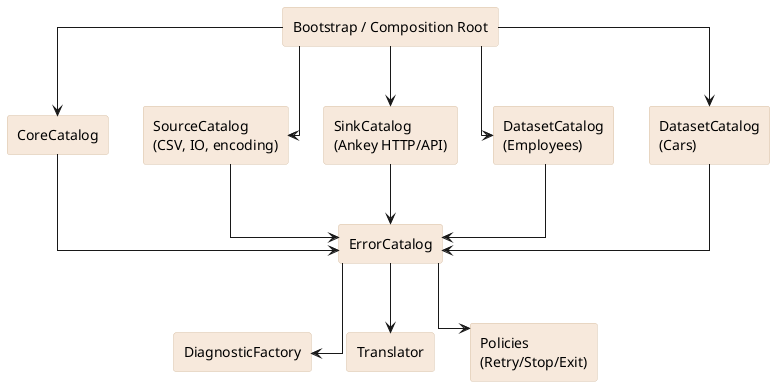
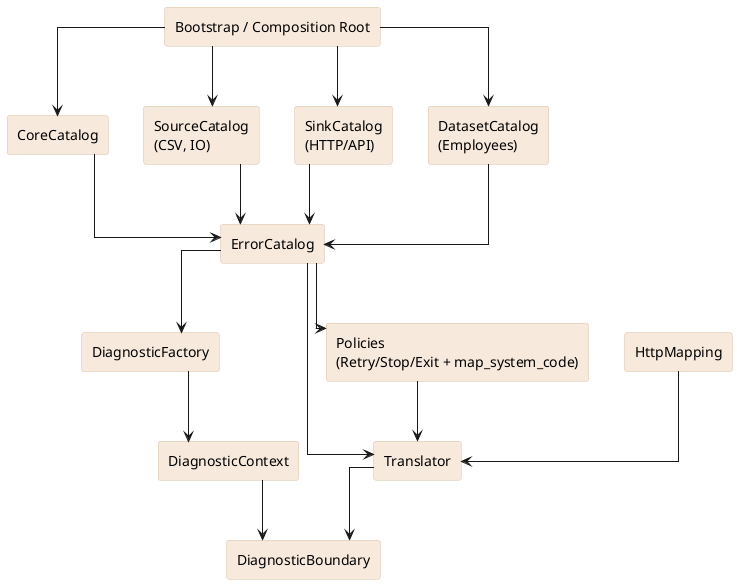
@startuml
set namespaceSeparator none
skinparam componentStyle rectangle
skinparam backgroundColor white
skinparam linetype ortho
skinparam defaultFontName Arial
skinparam component {
  BackgroundColor #f7e9dc
  BorderColor #d9c2a8
}

component "Bootstrap / Composition Root" as boot

component "CoreCatalog" as core
- component "SourceCatalog\n(CSV, IO, encoding)" as src
- component "SinkCatalog\n(Ankey HTTP/API)" as sink
+ component "SourceCatalog\n(CSV, IO)" as src
+ component "SinkCatalog\n(HTTP/API)" as sink
component "DatasetCatalog\n(Employees)" as emp
- component "DatasetCatalog\n(Cars)" as cars

component "ErrorCatalog" as catalog
component "DiagnosticFactory" as factory
+ component "DiagnosticContext" as ctx
component "Translator" as translator
- component "Policies\n(Retry/Stop/Exit)" as policy
+ component "HttpMapping" as httpmap
+ component "Policies\n(Retry/Stop/Exit + map_system_code)" as policy
+ component "DiagnosticBoundary" as boundary

boot --> core
boot --> src
boot --> sink
boot --> emp
- boot --> cars

core --> catalog
src --> catalog
sink --> catalog
emp --> catalog
- cars --> catalog

catalog --> factory
+ factory --> ctx
catalog --> translator
+ httpmap --> translator
catalog --> policy
+ policy --> translator
+ 
+ translator --> boundary
+ ctx --> boundary
@enduml
